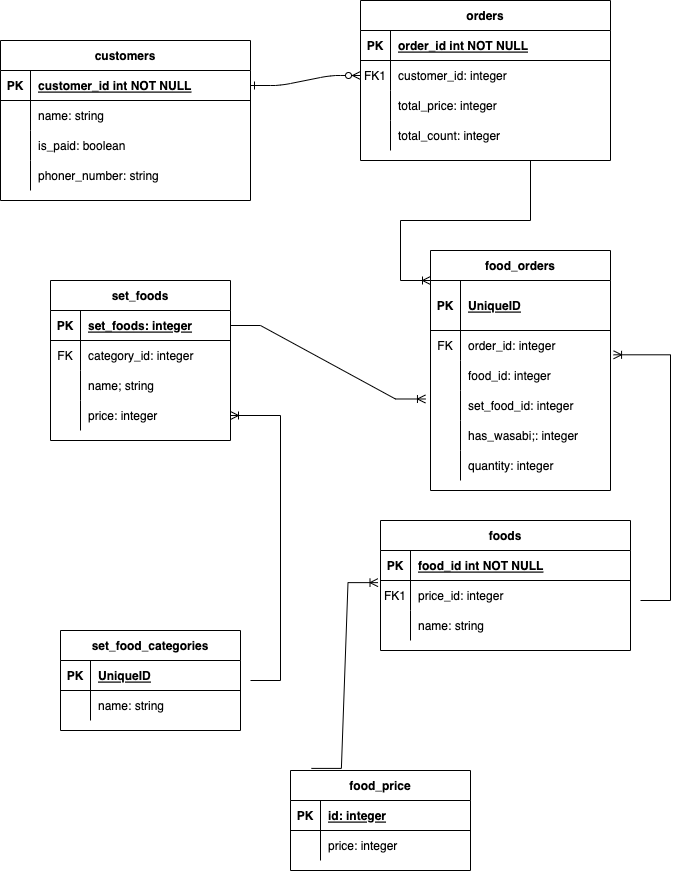
The draw.io diagram db/DBモデリング/プラハ課題１.drawio.png in hayura-k/praha-challenge, before a commit. Source tidied: cells renumbered, new cells last; positions are measured from the earlier drawing's top-left corner, leaving out a move shared by most shapes.
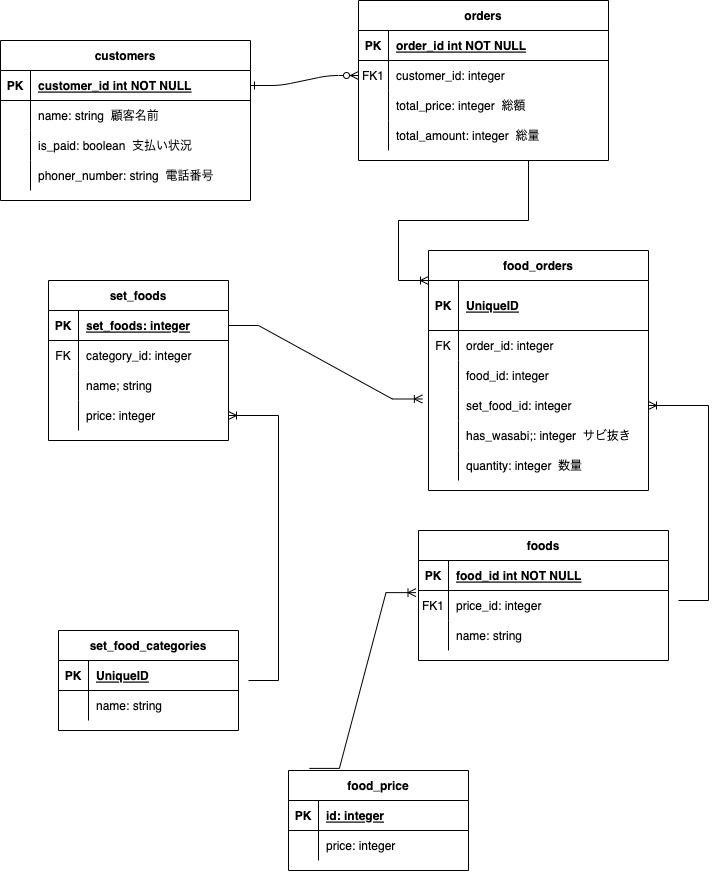
Later version of the same file.

Commit message:
ER図差し替え

What changed in the source:
```diff
@@ -32,7 +32,7 @@
     <mxCell id="11" style="shape=partialRectangle;overflow=hidden;fillColor=none;top=0;left=0;bottom=0;right=0;" parent="10" vertex="1">
       <mxGeometry width="30" height="30" as="geometry" />
     </mxCell>
-    <mxCell id="12" value="total_price: integer" style="shape=partialRectangle;overflow=hidden;fillColor=none;top=0;left=0;bottom=0;right=0;align=left;spacingLeft=6;" parent="10" vertex="1">
+    <mxCell id="12" value="total_price: integer  総額" style="shape=partialRectangle;overflow=hidden;fillColor=none;top=0;left=0;bottom=0;right=0;align=left;spacingLeft=6;" parent="10" vertex="1">
       <mxGeometry x="30" width="220" height="30" as="geometry" />
     </mxCell>
     <mxCell id="13" style="shape=tableRow;horizontal=0;startSize=0;swimlaneHead=0;swimlaneBody=0;fillColor=none;top=0;left=0;right=0;bottom=0;" parent="3" vertex="1">
@@ -41,11 +41,11 @@
     <mxCell id="14" style="shape=partialRectangle;fillColor=none;top=0;left=0;bottom=0;right=0;overflow=hidden;" parent="13" vertex="1">
       <mxGeometry width="30" height="30" as="geometry" />
     </mxCell>
-    <mxCell id="15" value="total_count: integer" style="shape=partialRectangle;fillColor=none;top=0;left=0;bottom=0;right=0;align=left;spacingLeft=6;overflow=hidden;" parent="13" vertex="1">
+    <mxCell id="15" value="total_amount: integer  総量" style="shape=partialRectangle;fillColor=none;top=0;left=0;bottom=0;right=0;align=left;spacingLeft=6;overflow=hidden;" parent="13" vertex="1">
       <mxGeometry x="30" width="220" height="30" as="geometry" />
     </mxCell>
     <mxCell id="16" value="foods" style="shape=table;startSize=30;rowLines=0;fontStyle=1;align=center;" parent="1" vertex="1">
-      <mxGeometry x="380" y="520" width="250" height="130" as="geometry" />
+      <mxGeometry x="420" y="530" width="250" height="130" as="geometry" />
     </mxCell>
     <mxCell id="17" style="shape=partialRectangle;fillColor=none;top=0;left=0;right=0;bottom=1;" parent="16" vertex="1">
       <mxGeometry y="30" width="250" height="30" as="geometry" />
@@ -75,7 +75,7 @@
       <mxGeometry x="30" width="220" height="30" as="geometry" />
     </mxCell>
     <mxCell id="26" value="customers" style="shape=table;startSize=30;rowLines=0;fontStyle=1;align=center;" parent="1" vertex="1">
-      <mxGeometry y="40" width="250" height="160" as="geometry" />
+      <mxGeometry x="2" y="40" width="250" height="160" as="geometry" />
     </mxCell>
     <mxCell id="27" style="shape=partialRectangle;fillColor=none;points=[[0,0.5],[1,0.5]];portConstraint=eastwest;top=0;left=0;right=0;bottom=1;" parent="26" vertex="1">
       <mxGeometry y="30" width="250" height="30" as="geometry" />
@@ -92,7 +92,7 @@
     <mxCell id="31" style="shape=partialRectangle;overflow=hidden;fillColor=none;top=0;left=0;bottom=0;right=0;" parent="30" vertex="1">
       <mxGeometry width="30" height="30" as="geometry" />
     </mxCell>
-    <mxCell id="32" value="name: string" style="shape=partialRectangle;overflow=hidden;fillColor=none;top=0;left=0;bottom=0;right=0;align=left;spacingLeft=6;" parent="30" vertex="1">
+    <mxCell id="32" value="name: string  顧客名前" style="shape=partialRectangle;overflow=hidden;fillColor=none;top=0;left=0;bottom=0;right=0;align=left;spacingLeft=6;" parent="30" vertex="1">
       <mxGeometry x="30" width="220" height="30" as="geometry" />
     </mxCell>
     <mxCell id="33" style="shape=tableRow;horizontal=0;startSize=0;swimlaneHead=0;swimlaneBody=0;fillColor=none;top=0;left=0;right=0;bottom=0;" parent="26" vertex="1">
@@ -101,7 +101,7 @@
     <mxCell id="34" style="shape=partialRectangle;fillColor=none;top=0;left=0;bottom=0;right=0;overflow=hidden;" parent="33" vertex="1">
       <mxGeometry width="30" height="30" as="geometry" />
     </mxCell>
-    <mxCell id="35" value="is_paid: boolean" style="shape=partialRectangle;fillColor=none;top=0;left=0;bottom=0;right=0;align=left;spacingLeft=6;overflow=hidden;" parent="33" vertex="1">
+    <mxCell id="35" value="is_paid: boolean  支払い状況" style="shape=partialRectangle;fillColor=none;top=0;left=0;bottom=0;right=0;align=left;spacingLeft=6;overflow=hidden;" parent="33" vertex="1">
       <mxGeometry x="30" width="220" height="30" as="geometry" />
     </mxCell>
     <mxCell id="36" style="shape=tableRow;horizontal=0;startSize=0;swimlaneHead=0;swimlaneBody=0;fillColor=none;top=0;left=0;right=0;bottom=0;" parent="26" vertex="1">
@@ -110,7 +110,7 @@
     <mxCell id="37" style="shape=partialRectangle;fillColor=none;top=0;left=0;bottom=0;right=0;overflow=hidden;" parent="36" vertex="1">
       <mxGeometry width="30" height="30" as="geometry" />
     </mxCell>
-    <mxCell id="38" value="phoner_number: string" style="shape=partialRectangle;fillColor=none;top=0;left=0;bottom=0;right=0;align=left;spacingLeft=6;overflow=hidden;" parent="36" vertex="1">
+    <mxCell id="38" value="phoner_number: string  電話番号" style="shape=partialRectangle;fillColor=none;top=0;left=0;bottom=0;right=0;align=left;spacingLeft=6;overflow=hidden;" parent="36" vertex="1">
       <mxGeometry x="30" width="220" height="30" as="geometry" />
     </mxCell>
     <mxCell id="39" value="set_foods" style="shape=table;startSize=30;rowLines=0;fontStyle=1;align=center;" parent="1" vertex="1">
@@ -140,7 +140,7 @@
     <mxCell id="47" style="shape=partialRectangle;fillColor=none;top=0;left=0;bottom=0;right=0;overflow=hidden;" parent="46" vertex="1">
       <mxGeometry width="30" height="30" as="geometry" />
     </mxCell>
-    <mxCell id="48" value="name; string" style="shape=partialRectangle;fillColor=none;top=0;left=0;bottom=0;right=0;align=left;spacingLeft=6;overflow=hidden;" parent="46" vertex="1">
+    <mxCell id="48" value="name; string " style="shape=partialRectangle;fillColor=none;top=0;left=0;bottom=0;right=0;align=left;spacingLeft=6;overflow=hidden;" parent="46" vertex="1">
       <mxGeometry x="30" width="150" height="30" as="geometry" />
     </mxCell>
     <mxCell id="49" style="shape=tableRow;horizontal=0;startSize=0;swimlaneHead=0;swimlaneBody=0;fillColor=none;points=[[0,0.5],[1,0.5]];portConstraint=eastwest;top=0;left=0;right=0;bottom=0;" parent="39" vertex="1">
@@ -195,61 +195,61 @@
       <mxGeometry x="30" width="150" height="30" as="geometry" />
     </mxCell>
     <mxCell id="66" value="food_orders" style="shape=table;startSize=30;rowLines=0;fontStyle=1;align=center;" parent="1" vertex="1">
-      <mxGeometry x="430" y="250" width="180" height="240" as="geometry" />
+      <mxGeometry x="430" y="250" width="220" height="240" as="geometry" />
     </mxCell>
     <mxCell id="67" style="shape=tableRow;horizontal=0;startSize=0;swimlaneHead=0;swimlaneBody=0;fillColor=none;top=0;left=0;right=0;bottom=1;" parent="66" vertex="1">
-      <mxGeometry y="30" width="180" height="50" as="geometry" />
+      <mxGeometry y="30" width="220" height="50" as="geometry" />
     </mxCell>
     <mxCell id="68" value="PK" style="shape=partialRectangle;fillColor=none;top=0;left=0;bottom=0;right=0;fontStyle=1;overflow=hidden;" parent="67" vertex="1">
       <mxGeometry width="30" height="50" as="geometry" />
     </mxCell>
     <mxCell id="69" value="UniqueID" style="shape=partialRectangle;fillColor=none;top=0;left=0;bottom=0;right=0;align=left;spacingLeft=6;fontStyle=5;overflow=hidden;" parent="67" vertex="1">
-      <mxGeometry x="30" width="150" height="50" as="geometry" />
+      <mxGeometry x="30" width="190" height="50" as="geometry" />
     </mxCell>
     <mxCell id="70" style="shape=tableRow;horizontal=0;startSize=0;swimlaneHead=0;swimlaneBody=0;fillColor=none;points=[[0,0.5],[1,0.5]];portConstraint=eastwest;top=0;left=0;right=0;bottom=0;" parent="66" vertex="1">
-      <mxGeometry y="80" width="180" height="30" as="geometry" />
+      <mxGeometry y="80" width="220" height="30" as="geometry" />
     </mxCell>
     <mxCell id="71" value="FK" style="shape=partialRectangle;fillColor=none;top=0;left=0;bottom=0;right=0;overflow=hidden;" parent="70" vertex="1">
       <mxGeometry width="30" height="30" as="geometry" />
     </mxCell>
     <mxCell id="72" value="order_id: integer" style="shape=partialRectangle;fillColor=none;top=0;left=0;bottom=0;right=0;align=left;spacingLeft=6;overflow=hidden;" parent="70" vertex="1">
-      <mxGeometry x="30" width="150" height="30" as="geometry" />
+      <mxGeometry x="30" width="190" height="30" as="geometry" />
     </mxCell>
     <mxCell id="73" style="shape=tableRow;horizontal=0;startSize=0;swimlaneHead=0;swimlaneBody=0;fillColor=none;top=0;left=0;right=0;bottom=0;" parent="66" vertex="1">
-      <mxGeometry y="110" width="180" height="30" as="geometry" />
+      <mxGeometry y="110" width="220" height="30" as="geometry" />
     </mxCell>
     <mxCell id="74" style="shape=partialRectangle;fillColor=none;top=0;left=0;bottom=0;right=0;overflow=hidden;" parent="73" vertex="1">
       <mxGeometry width="30" height="30" as="geometry" />
     </mxCell>
     <mxCell id="75" value="food_id: integer" style="shape=partialRectangle;fillColor=none;top=0;left=0;bottom=0;right=0;align=left;spacingLeft=6;overflow=hidden;" parent="73" vertex="1">
-      <mxGeometry x="30" width="150" height="30" as="geometry" />
+      <mxGeometry x="30" width="190" height="30" as="geometry" />
     </mxCell>
     <mxCell id="76" style="shape=tableRow;horizontal=0;startSize=0;swimlaneHead=0;swimlaneBody=0;fillColor=none;points=[[0,0.5],[1,0.5]];portConstraint=eastwest;top=0;left=0;right=0;bottom=0;" parent="66" vertex="1">
-      <mxGeometry y="140" width="180" height="30" as="geometry" />
+      <mxGeometry y="140" width="220" height="30" as="geometry" />
     </mxCell>
     <mxCell id="77" style="shape=partialRectangle;fillColor=none;top=0;left=0;bottom=0;right=0;overflow=hidden;" parent="76" vertex="1">
       <mxGeometry width="30" height="30" as="geometry" />
     </mxCell>
     <mxCell id="78" value="set_food_id: integer" style="shape=partialRectangle;fillColor=none;top=0;left=0;bottom=0;right=0;align=left;spacingLeft=6;overflow=hidden;" parent="76" vertex="1">
-      <mxGeometry x="30" width="150" height="30" as="geometry" />
+      <mxGeometry x="30" width="190" height="30" as="geometry" />
     </mxCell>
     <mxCell id="79" style="shape=tableRow;horizontal=0;startSize=0;swimlaneHead=0;swimlaneBody=0;fillColor=none;top=0;left=0;right=0;bottom=0;" parent="66" vertex="1">
-      <mxGeometry y="170" width="180" height="30" as="geometry" />
+      <mxGeometry y="170" width="220" height="30" as="geometry" />
     </mxCell>
     <mxCell id="80" style="shape=partialRectangle;fillColor=none;top=0;left=0;bottom=0;right=0;overflow=hidden;" parent="79" vertex="1">
       <mxGeometry width="30" height="30" as="geometry" />
     </mxCell>
-    <mxCell id="81" value="has_wasabi;: integer" style="shape=partialRectangle;fillColor=none;top=0;left=0;bottom=0;right=0;align=left;spacingLeft=6;overflow=hidden;" parent="79" vertex="1">
-      <mxGeometry x="30" width="150" height="30" as="geometry" />
+    <mxCell id="81" value="has_wasabi;: integer  サビ抜き" style="shape=partialRectangle;fillColor=none;top=0;left=0;bottom=0;right=0;align=left;spacingLeft=6;overflow=hidden;" parent="79" vertex="1">
+      <mxGeometry x="30" width="190" height="30" as="geometry" />
     </mxCell>
     <mxCell id="82" style="shape=tableRow;horizontal=0;startSize=0;swimlaneHead=0;swimlaneBody=0;fillColor=none;top=0;left=0;right=0;bottom=0;" parent="66" vertex="1">
-      <mxGeometry y="200" width="180" height="30" as="geometry" />
+      <mxGeometry y="200" width="220" height="30" as="geometry" />
     </mxCell>
     <mxCell id="83" style="shape=partialRectangle;fillColor=none;top=0;left=0;bottom=0;right=0;overflow=hidden;" parent="82" vertex="1">
       <mxGeometry width="30" height="30" as="geometry" />
     </mxCell>
-    <mxCell id="84" value="quantity: integer" style="shape=partialRectangle;fillColor=none;top=0;left=0;bottom=0;right=0;align=left;spacingLeft=6;overflow=hidden;" parent="82" vertex="1">
-      <mxGeometry x="30" width="150" height="30" as="geometry" />
+    <mxCell id="84" value="quantity: integer  数量" style="shape=partialRectangle;fillColor=none;top=0;left=0;bottom=0;right=0;align=left;spacingLeft=6;overflow=hidden;" parent="82" vertex="1">
+      <mxGeometry x="30" width="190" height="30" as="geometry" />
     </mxCell>
     <mxCell id="85" style="edgeStyle=entityRelationEdgeStyle;fontSize=12;html=1;endArrow=ERoneToMany;rounded=0;entryX=-0.028;entryY=0.283;entryDx=0;entryDy=0;exitX=1;exitY=0.5;exitDx=0;exitDy=0;entryPerimeter=0;" parent="1" edge="1" source="40" target="76">
       <mxGeometry relative="1" as="geometry" />
@@ -259,9 +259,9 @@
         <mxPoint x="250" y="680" as="sourcePoint" />
       </mxGeometry>
     </mxCell>
-    <mxCell id="87" style="edgeStyle=entityRelationEdgeStyle;fontSize=12;html=1;endArrow=ERoneToMany;rounded=0;entryX=1.017;entryY=0.81;entryDx=0;entryDy=0;entryPerimeter=0;" parent="1" edge="1" target="70">
+    <mxCell id="87" style="edgeStyle=entityRelationEdgeStyle;fontSize=12;html=1;endArrow=ERoneToMany;rounded=0;entryX=1;entryY=0.5;entryDx=0;entryDy=0;" parent="1" edge="1" target="76">
       <mxGeometry relative="1" as="geometry">
-        <mxPoint x="640" y="600" as="sourcePoint" />
+        <mxPoint x="680" y="600" as="sourcePoint" />
       </mxGeometry>
     </mxCell>
     <mxCell id="88" style="edgeStyle=entityRelationEdgeStyle;fontSize=12;html=1;endArrow=ERoneToMany;rounded=0;exitX=0.116;exitY=-0.021;exitDx=0;exitDy=0;exitPerimeter=0;entryX=-0.01;entryY=0.071;entryDx=0;entryDy=0;entryPerimeter=0;" parent="1" edge="1" source="59" target="20">
```
